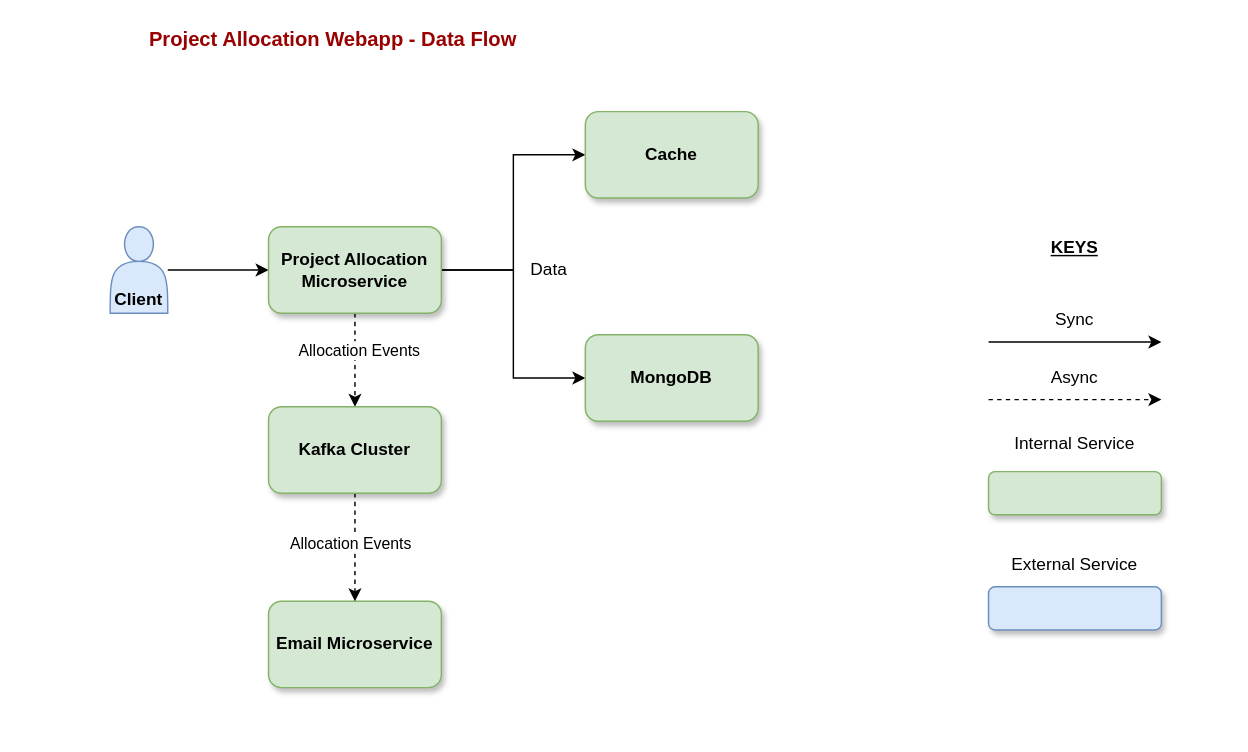
Earlier version of the draw.io diagram design/design.drawio (anbunidhi/projalloc). Source tidied: cells renumbered, new cells numbered last; positions are measured from the earlier drawing's top-left corner, leaving out a move shared by most shapes. Both pictures are drawn from the tidied source at 144%, with x=0, y=0 at pixel (109, 24).
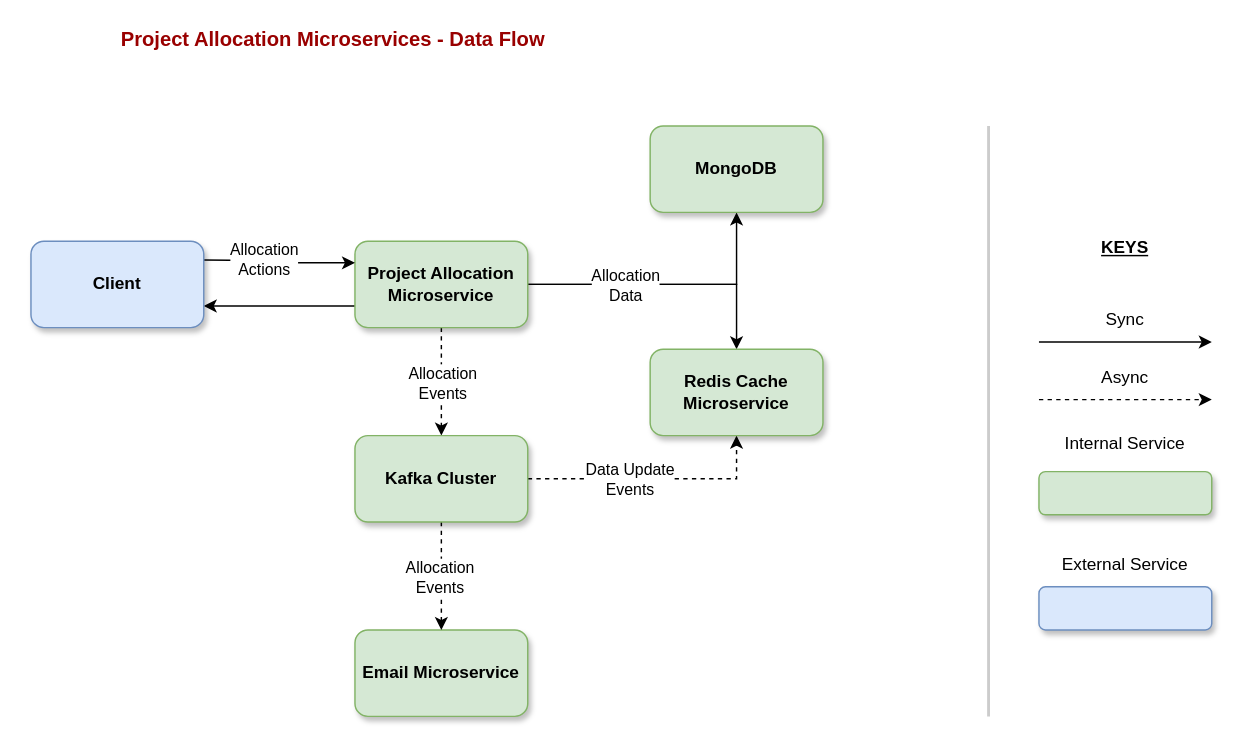
After the change.

The change refers to these unchanged cells:
```xml
<mxCell id="15" style="edgeStyle=orthogonalEdgeStyle;rounded=0;jettySize=auto;html=1;dashed=1;" parent="1" edge="1" source="18" target="22">
  <mxGeometry relative="1" as="geometry" />
</mxCell>
<mxCell id="20" style="edgeStyle=orthogonalEdgeStyle;rounded=0;jettySize=auto;html=1;entryX=0.5;entryY=0;entryDx=0;entryDy=0;dashed=1;" parent="1" edge="1" source="22" target="19">
  <mxGeometry relative="1" as="geometry" />
</mxCell>
```

Diff of the diagram source:
```diff
@@
     <mxCell id="2" style="rounded=1;whiteSpace=wrap;html=1;fillColor=#d5e8d4;strokeColor=#82b366;textShadow=1;shadow=1;fontColor=default;fontStyle=1;" parent="1" vertex="1">
-      <mxGeometry x="610" y="310" width="120" height="30" as="geometry" />
+      <mxGeometry x="645" y="310" width="120" height="30" as="geometry" />
     </mxCell>
     <mxCell id="3" style="rounded=1;whiteSpace=wrap;html=1;fillColor=#dae8fc;strokeColor=#6c8ebf;textShadow=0;shadow=1;fontColor=default;fontStyle=1;" parent="1" vertex="1">
-      <mxGeometry x="610" y="390" width="120" height="30" as="geometry" />
+      <mxGeometry x="645" y="390" width="120" height="30" as="geometry" />
     </mxCell>
     <mxCell id="4" style="endArrow=classic;html=1;rounded=0;dashed=1;" parent="1" edge="1">
       <mxGeometry relative="1" as="geometry">
-        <mxPoint x="610" y="260" as="sourcePoint" />
-        <mxPoint x="730" y="260" as="targetPoint" />
+        <mxPoint x="645" y="260" as="sourcePoint" />
+        <mxPoint x="765" y="260" as="targetPoint" />
       </mxGeometry>
     </mxCell>
     <mxCell id="5" style="endArrow=classic;html=1;rounded=0;" parent="1" edge="1">
       <mxGeometry relative="1" as="geometry">
-        <mxPoint x="610" y="220" as="sourcePoint" />
-        <mxPoint x="730" y="220" as="targetPoint" />
+        <mxPoint x="645" y="220" as="sourcePoint" />
+        <mxPoint x="765" y="220" as="targetPoint" />
       </mxGeometry>
     </mxCell>
     <mxCell id="6" value="Sync" style="text;html=1;align=center;verticalAlign=middle;whiteSpace=wrap;rounded=0;" parent="1" vertex="1">
-      <mxGeometry x="640" y="190" width="60" height="30" as="geometry" />
+      <mxGeometry x="675" y="190" width="60" height="30" as="geometry" />
     </mxCell>
     <mxCell id="7" value="KEYS" style="text;html=1;align=center;verticalAlign=middle;whiteSpace=wrap;rounded=0;fontStyle=5;" parent="1" vertex="1">
-      <mxGeometry x="640" y="140" width="60" height="30" as="geometry" />
+      <mxGeometry x="675" y="140" width="60" height="30" as="geometry" />
     </mxCell>
     <mxCell id="8" value="Async" style="text;html=1;align=center;verticalAlign=middle;whiteSpace=wrap;rounded=0;" parent="1" vertex="1">
-      <mxGeometry x="640" y="230" width="60" height="30" as="geometry" />
+      <mxGeometry x="675" y="230" width="60" height="30" as="geometry" />
     </mxCell>
     <mxCell id="9" value="Internal Service" style="text;html=1;align=center;verticalAlign=middle;whiteSpace=wrap;rounded=0;" parent="1" vertex="1">
-      <mxGeometry x="625" y="290" width="90" as="geometry" />
+      <mxGeometry x="660" y="290" width="90" as="geometry" />
     </mxCell>
     <mxCell id="10" value="External Service" style="text;html=1;align=center;verticalAlign=middle;whiteSpace=wrap;rounded=0;" parent="1" vertex="1">
-      <mxGeometry x="625" y="360" width="90" height="30" as="geometry" />
+      <mxGeometry x="660" y="360" width="90" height="30" as="geometry" />
     </mxCell>
-    <mxCell id="11" value="Project Allocation Webapp - Data Flow" style="text;html=1;align=center;verticalAlign=middle;whiteSpace=wrap;rounded=0;fontStyle=1;fontSize=14;fontColor=#990000;" parent="1" vertex="1">
+    <mxCell id="11" value="Project Allocation Microservices - Data Flow" style="text;html=1;align=center;verticalAlign=middle;whiteSpace=wrap;rounded=0;fontStyle=1;fontSize=14;fontColor=#990000;" parent="1" vertex="1">
       <mxGeometry width="310" height="20" as="geometry" />
     </mxCell>
-    <mxCell id="12" style="edgeStyle=orthogonalEdgeStyle;rounded=0;jettySize=auto;html=1;" parent="1" edge="1" source="13" target="18">
-      <mxGeometry relative="1" as="geometry" />
-    </mxCell>
-    <mxCell id="13" value="Client" style="shape=actor;whiteSpace=wrap;html=1;fillColor=#dae8fc;verticalAlign=bottom;fontStyle=1;strokeColor=#6c8ebf;textShadow=0;" parent="1" vertex="1">
-      <mxGeometry y="140" width="40" height="60" as="geometry" />
-    </mxCell>
-    <mxCell id="14" style="edgeStyle=orthogonalEdgeStyle;rounded=0;jettySize=auto;html=1;entryX=0;entryY=0.5;entryDx=0;entryDy=0;" parent="1" edge="1" source="18" target="23">
+    <mxCell id="14" style="edgeStyle=orthogonalEdgeStyle;rounded=0;jettySize=auto;html=1;entryX=0.5;entryY=1;entryDx=0;entryDy=0;" parent="1" edge="1" source="18" target="23">
       <mxGeometry relative="1" as="geometry">
         <Array as="points">
-          <mxPoint x="280" y="170" />
-          <mxPoint x="280" y="90" />
+          <mxPoint x="435" y="180" />
         </Array>
       </mxGeometry>
     </mxCell>
@@
-    <mxCell id="16" value="Allocation Events" style="edgeLabel;html=1;align=center;verticalAlign=middle;" parent="15" vertex="1">
-      <mxGeometry x="-0.23" y="2" relative="1" as="geometry" />
-    </mxCell>
+    <mxCell id="26" value="Allocation&lt;div&gt;Events&lt;/div&gt;" style="edgeLabel;html=1;align=center;verticalAlign=middle;" parent="15" vertex="1">
+      <mxGeometry x="0.01" relative="1" as="geometry" />
+    </mxCell>
-    <mxCell id="17" style="edgeStyle=orthogonalEdgeStyle;rounded=0;jettySize=auto;html=1;entryX=0;entryY=0.5;entryDx=0;entryDy=0;" parent="1" edge="1" source="18" target="24">
+    <mxCell id="17" style="edgeStyle=orthogonalEdgeStyle;rounded=0;jettySize=auto;html=1;entryX=0.5;entryY=0;entryDx=0;entryDy=0;" parent="1" edge="1" source="18" target="24">
       <mxGeometry relative="1" as="geometry" />
     </mxCell>
+    <mxCell id="27" value="Allocation&lt;div&gt;Data&lt;/div&gt;" style="edgeLabel;html=1;align=center;verticalAlign=middle;" parent="17" vertex="1">
+      <mxGeometry x="-0.29" relative="1" as="geometry" />
+    </mxCell>
+    <mxCell id="28" style="edgeStyle=orthogonalEdgeStyle;rounded=0;jettySize=auto;html=1;entryX=1;entryY=0.75;entryDx=0;entryDy=0;" parent="1" edge="1" source="18" target="13">
+      <mxGeometry relative="1" as="geometry">
+        <Array as="points">
+          <mxPoint x="130" y="195" />
+          <mxPoint x="130" y="195" />
+        </Array>
+      </mxGeometry>
+    </mxCell>
     <mxCell id="18" value="Project Allocation Microservice" style="rounded=1;whiteSpace=wrap;html=1;fillColor=#d5e8d4;strokeColor=#82b366;textShadow=0;shadow=1;fontColor=default;fontStyle=1;" parent="1" vertex="1">
-      <mxGeometry x="110" y="140" width="120" height="60" as="geometry" />
+      <mxGeometry x="170" y="150" width="120" height="60" as="geometry" />
     </mxCell>
     <mxCell id="19" value="Email Microservice" style="rounded=1;whiteSpace=wrap;html=1;fillColor=#d5e8d4;strokeColor=#82b366;textShadow=0;shadow=1;fontColor=default;fontStyle=1;" parent="1" vertex="1">
-      <mxGeometry x="110" y="400" width="120" height="60" as="geometry" />
+      <mxGeometry x="170" y="420" width="120" height="60" as="geometry" />
     </mxCell>
@@
-    <mxCell id="21" value="Allocation Events" style="edgeLabel;html=1;align=center;verticalAlign=middle;" parent="20" vertex="1">
-      <mxGeometry x="-0.09" y="-4" relative="1" as="geometry" />
-    </mxCell>
+    <mxCell id="29" value="Allocation&lt;div&gt;Events&lt;/div&gt;" style="edgeLabel;html=1;align=center;verticalAlign=middle;" parent="20" vertex="1">
+      <mxGeometry x="0.01" y="-2" relative="1" as="geometry" />
+    </mxCell>
+    <mxCell id="30" style="edgeStyle=orthogonalEdgeStyle;rounded=0;jettySize=auto;html=1;entryX=0.5;entryY=1;entryDx=0;entryDy=0;dashed=1;" parent="1" edge="1" source="22" target="24">
+      <mxGeometry relative="1" as="geometry" />
+    </mxCell>
+    <mxCell id="31" value="Data Update&lt;div&gt;Events&lt;/div&gt;" style="edgeLabel;html=1;align=center;verticalAlign=middle;" parent="30" vertex="1">
+      <mxGeometry x="-0.2" relative="1" as="geometry" />
+    </mxCell>
     <mxCell id="22" value="Kafka Cluster" style="rounded=1;whiteSpace=wrap;html=1;fillColor=#d5e8d4;strokeColor=#82b366;textShadow=0;shadow=1;fontColor=default;fontStyle=1;" parent="1" vertex="1">
-      <mxGeometry x="110" y="265" width="120" height="60" as="geometry" />
+      <mxGeometry x="170" y="285" width="120" height="60" as="geometry" />
     </mxCell>
-    <mxCell id="23" value="Cache" style="rounded=1;whiteSpace=wrap;html=1;fillColor=#d5e8d4;strokeColor=#82b366;textShadow=0;shadow=1;fontColor=default;fontStyle=1;" parent="1" vertex="1">
-      <mxGeometry x="330" y="60" width="120" height="60" as="geometry" />
+    <mxCell id="23" value="MongoDB" style="rounded=1;whiteSpace=wrap;html=1;fillColor=#d5e8d4;strokeColor=#82b366;textShadow=0;shadow=1;fontColor=default;fontStyle=1;" parent="1" vertex="1">
+      <mxGeometry x="375" y="70" width="120" height="60" as="geometry" />
     </mxCell>
-    <mxCell id="24" value="MongoDB" style="rounded=1;whiteSpace=wrap;html=1;fillColor=#d5e8d4;strokeColor=#82b366;textShadow=0;shadow=1;fontColor=default;fontStyle=1;" parent="1" vertex="1">
-      <mxGeometry x="330" y="215" width="120" height="60" as="geometry" />
+    <mxCell id="24" value="Redis Cache&lt;div&gt;Microservice&lt;/div&gt;" style="rounded=1;whiteSpace=wrap;html=1;fillColor=#d5e8d4;strokeColor=#82b366;textShadow=0;shadow=1;fontColor=default;fontStyle=1;" parent="1" vertex="1">
+      <mxGeometry x="375" y="225" width="120" height="60" as="geometry" />
     </mxCell>
-    <mxCell id="25" value="Data" style="text;html=1;align=center;verticalAlign=middle;whiteSpace=wrap;rounded=0;" parent="1" vertex="1">
-      <mxGeometry x="290" y="155" width="30" height="30" as="geometry" />
-    </mxCell>
+    <mxCell id="32" style="edgeStyle=orthogonalEdgeStyle;rounded=0;jettySize=auto;html=1;entryX=0;entryY=0.25;entryDx=0;entryDy=0;" parent="1" edge="1" target="18">
+      <mxGeometry relative="1" as="geometry">
+        <mxPoint x="65" y="163" as="sourcePoint" />
+      </mxGeometry>
+    </mxCell>
+    <mxCell id="33" value="Allocation&lt;div&gt;Actions&lt;/div&gt;" style="edgeLabel;html=1;align=center;verticalAlign=middle;" parent="32" vertex="1">
+      <mxGeometry x="-0.2" y="1" relative="1" as="geometry">
+        <mxPoint x="-2" as="offset" />
+      </mxGeometry>
+    </mxCell>
+    <mxCell id="13" value="Client" style="rounded=1;whiteSpace=wrap;html=1;fillColor=#dae8fc;strokeColor=#6c8ebf;textShadow=0;shadow=1;fontColor=default;fontStyle=1;" parent="1" vertex="1">
+      <mxGeometry x="-55" y="150" width="120" height="60" as="geometry" />
+    </mxCell>
+    <mxCell id="34" style="endArrow=none;html=1;rounded=0;strokeColor=#CCCCCC;strokeWidth=2;" parent="1" edge="1">
+      <mxGeometry relative="1" as="geometry">
+        <mxPoint x="610" y="480" as="sourcePoint" />
+        <mxPoint x="610" y="70" as="targetPoint" />
+      </mxGeometry>
+    </mxCell>
```
